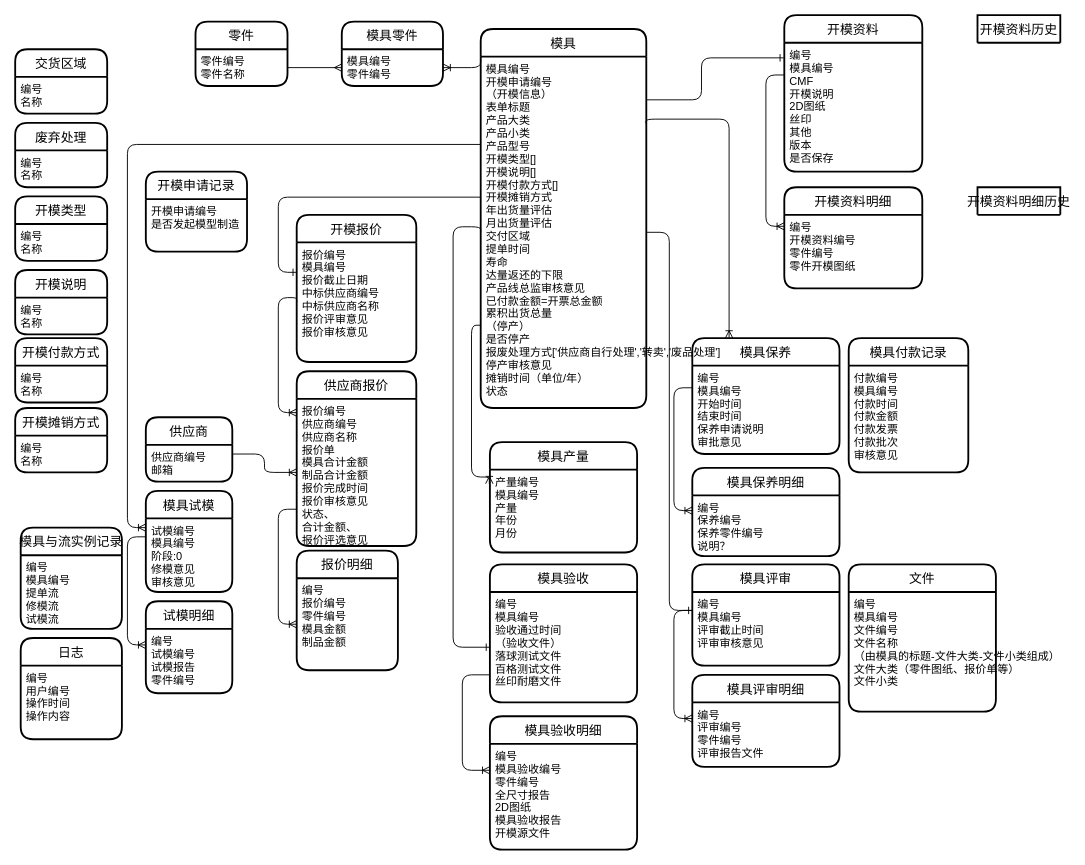
This is page "实体关系图" (1 of 4) of MMS/MMS.drawio from waterwatermelon/graph, a draw.io file, before an edit. Source tidied: cells renumbered, new cells numbered last; positions are measured from the earlier drawing's top-left corner, leaving out a move shared by most shapes. Both pictures are drawn from the tidied source at 92%, with x=0, y=0 at pixel (15, 15).
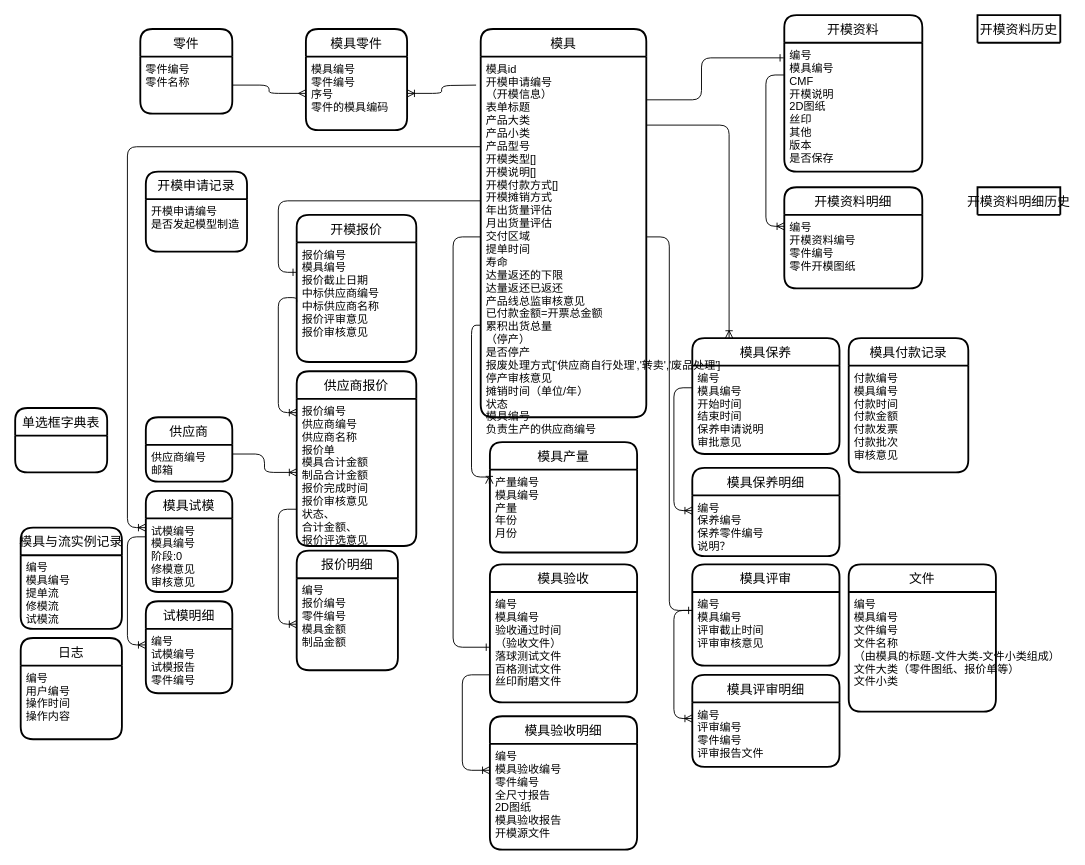
The same diagram, later.

The change refers to these unchanged cells:
```xml
<mxCell id="35" value="模具保养" style="swimlane;horizontal=1;startSize=30;rounded=1;fontSize=14;fontStyle=0;strokeWidth=2;shadow=0;dashed=0;align=center;" parent="1" vertex="1">
  <mxGeometry x="736" y="351" width="160" height="126" as="geometry" />
</mxCell>
<mxCell id="68" value="编号&#10;模具编号&#10;验收通过时间&#10;（验收文件）&#10;落球测试文件&#10;百格测试文件&#10;丝印耐磨文件&#10;" style="align=left;strokeColor=none;fillColor=none;spacingLeft=4;fontSize=12;verticalAlign=top;" parent="67" vertex="1">
  <mxGeometry y="30" width="160" height="120" as="geometry" />
</mxCell>
```

What changed in the source:
```diff
@@
     <mxCell id="7" style="edgeStyle=orthogonalEdgeStyle;rounded=1;jettySize=auto;html=1;exitX=0.998;exitY=0.19;exitDx=0;exitDy=0;startArrow=none;startFill=0;endArrow=ERoneToMany;endFill=0;strokeColor=#000000;exitPerimeter=0;entryX=0.25;entryY=0;entryDx=0;entryDy=0;" parent="1" edge="1" source="44" target="35">
       <mxGeometry relative="1" as="geometry">
         <Array as="points">
-          <mxPoint x="776" y="113" />
+          <mxPoint x="776" y="120" />
         </Array>
       </mxGeometry>
     </mxCell>
@@
     <mxCell id="10" style="edgeStyle=orthogonalEdgeStyle;rounded=1;jettySize=auto;html=1;exitX=0;exitY=0.5;exitDx=0;exitDy=0;entryX=0;entryY=0.5;entryDx=0;entryDy=0;startArrow=none;startFill=0;endArrow=ERone;endFill=0;strokeColor=#000000;fontColor=#BBBBBB;" parent="1" edge="1" source="44" target="68">
       <mxGeometry relative="1" as="geometry">
         <Array as="points">
-          <mxPoint x="476" y="230" />
+          <mxPoint x="476" y="241" />
           <mxPoint x="476" y="687" />
         </Array>
       </mxGeometry>
     </mxCell>
@@
+    <mxCell id="16" value="模具付款记录" style="swimlane;horizontal=1;startSize=30;rounded=1;fontSize=14;fontStyle=0;strokeWidth=2;shadow=0;dashed=0;align=center;" parent="1" vertex="1">
+      <mxGeometry x="906" y="351" width="130" height="146" as="geometry" />
+    </mxCell>
+    <mxCell id="17" value="付款编号&#10;模具编号&#10;付款时间&#10;付款金额&#10;付款发票&#10;付款批次&#10;审核意见" style="align=left;strokeColor=none;fillColor=none;spacingLeft=4;fontSize=12;verticalAlign=top;" parent="16" vertex="1">
+      <mxGeometry y="30" width="130" height="116" as="geometry" />
+    </mxCell>
     <mxCell id="14" value="零件" style="swimlane;horizontal=1;startSize=30;rounded=1;fontSize=14;fontStyle=0;strokeWidth=2;shadow=0;dashed=0;align=center;" parent="1" vertex="1">
-      <mxGeometry x="196" y="7" width="100" height="70" as="geometry" />
+      <mxGeometry x="136" y="15" width="100" height="92" as="geometry" />
     </mxCell>
-    <mxCell id="15" value="零件编号&#10;零件名称" style="align=left;strokeColor=none;fillColor=none;spacingLeft=4;fontSize=12;verticalAlign=top;" parent="14" vertex="1">
-      <mxGeometry y="30" width="100" height="40" as="geometry" />
+    <mxCell id="15" value="零件编号&#10;零件名称&#10;" style="align=left;strokeColor=none;fillColor=none;spacingLeft=4;fontSize=12;verticalAlign=top;" parent="14" vertex="1">
+      <mxGeometry y="30" width="100" height="62" as="geometry" />
     </mxCell>
-    <mxCell id="16" value="模具付款记录" style="swimlane;horizontal=1;startSize=30;rounded=1;fontSize=14;fontStyle=0;strokeWidth=2;shadow=0;dashed=0;align=center;" parent="1" vertex="1">
-      <mxGeometry x="906" y="351" width="130" height="146" as="geometry" />
-    </mxCell>
-    <mxCell id="17" value="付款编号&#10;模具编号&#10;付款时间&#10;付款金额&#10;付款发票&#10;付款批次&#10;审核意见" style="align=left;strokeColor=none;fillColor=none;spacingLeft=4;fontSize=12;verticalAlign=top;" parent="16" vertex="1">
-      <mxGeometry y="30" width="130" height="116" as="geometry" />
-    </mxCell>
-    <mxCell id="18" value="开模付款方式" style="swimlane;horizontal=1;startSize=30;rounded=1;fontSize=14;fontStyle=0;strokeWidth=2;shadow=0;dashed=0;align=center;" parent="1" vertex="1">
-      <mxGeometry y="351" width="100" height="70" as="geometry" />
-    </mxCell>
-    <mxCell id="19" value="编号&#10;名称" style="align=left;strokeColor=none;fillColor=none;spacingLeft=4;fontSize=12;verticalAlign=top;" parent="18" vertex="1">
-      <mxGeometry y="30" width="100" height="40" as="geometry" />
-    </mxCell>
-    <mxCell id="20" value="开模说明" style="swimlane;horizontal=1;startSize=30;rounded=1;fontSize=14;fontStyle=0;strokeWidth=2;shadow=0;dashed=0;align=center;" parent="1" vertex="1">
-      <mxGeometry y="277" width="100" height="70" as="geometry" />
-    </mxCell>
-    <mxCell id="21" value="编号&#10;名称" style="align=left;strokeColor=none;fillColor=none;spacingLeft=4;fontSize=12;verticalAlign=top;" parent="20" vertex="1">
-      <mxGeometry y="30" width="100" height="40" as="geometry" />
-    </mxCell>
-    <mxCell id="22" value="开模类型" style="swimlane;horizontal=1;startSize=30;rounded=1;fontSize=14;fontStyle=0;strokeWidth=2;shadow=0;dashed=0;align=center;" parent="1" vertex="1">
-      <mxGeometry y="197" width="100" height="70" as="geometry" />
-    </mxCell>
-    <mxCell id="23" value="编号&#10;名称" style="align=left;strokeColor=none;fillColor=none;spacingLeft=4;fontSize=12;verticalAlign=top;" parent="22" vertex="1">
-      <mxGeometry y="30" width="100" height="40" as="geometry" />
-    </mxCell>
-    <mxCell id="24" value="废弃处理" style="swimlane;horizontal=1;startSize=30;rounded=1;fontSize=14;fontStyle=0;strokeWidth=2;shadow=0;dashed=0;align=center;" parent="1" vertex="1">
-      <mxGeometry y="117" width="100" height="70" as="geometry" />
-    </mxCell>
-    <mxCell id="25" value="编号&#10;名称" style="align=left;strokeColor=none;fillColor=none;spacingLeft=4;fontSize=12;verticalAlign=top;" parent="24" vertex="1">
-      <mxGeometry y="30" width="100" height="40" as="geometry" />
-    </mxCell>
-    <mxCell id="26" value="交货区域" style="swimlane;horizontal=1;startSize=30;rounded=1;fontSize=14;fontStyle=0;strokeWidth=2;shadow=0;dashed=0;align=center;" parent="1" vertex="1">
-      <mxGeometry y="37" width="100" height="70" as="geometry" />
-    </mxCell>
-    <mxCell id="27" value="编号&#10;名称" style="align=left;strokeColor=none;fillColor=none;spacingLeft=4;fontSize=12;verticalAlign=top;" parent="26" vertex="1">
-      <mxGeometry y="30" width="100" height="40" as="geometry" />
-    </mxCell>
+    <mxCell id="40" value="模具零件" style="swimlane;horizontal=1;startSize=30;rounded=1;fontSize=14;fontStyle=0;strokeWidth=2;shadow=0;dashed=0;align=center;" parent="1" vertex="1">
+      <mxGeometry x="316" y="15" width="110" height="110" as="geometry" />
+    </mxCell>
+    <mxCell id="41" value="模具编号&#10;零件编号&#10;序号&#10;零件的模具编码" style="align=left;strokeColor=none;fillColor=none;spacingLeft=4;fontSize=12;verticalAlign=top;" parent="40" vertex="1">
+      <mxGeometry y="30" width="110" height="80" as="geometry" />
+    </mxCell>
@@
-    <mxCell id="40" value="模具零件" style="swimlane;horizontal=1;startSize=30;rounded=1;fontSize=14;fontStyle=0;strokeWidth=2;shadow=0;dashed=0;align=center;" parent="1" vertex="1">
-      <mxGeometry x="355" y="7" width="110" height="70" as="geometry" />
-    </mxCell>
-    <mxCell id="41" value="模具编号&#10;零件编号&#10;" style="align=left;strokeColor=none;fillColor=none;spacingLeft=4;fontSize=12;verticalAlign=top;" parent="40" vertex="1">
-      <mxGeometry y="30" width="110" height="40" as="geometry" />
-    </mxCell>
-    <mxCell id="42" style="edgeStyle=orthogonalEdgeStyle;rounded=1;jettySize=auto;html=1;exitX=0;exitY=0;exitDx=0;exitDy=0;startArrow=none;startFill=0;endArrow=ERoneToMany;endFill=0;strokeColor=#000000;fontColor=#BBBBBB;" parent="1" edge="1" source="44" target="41">
+    <mxCell id="42" style="edgeStyle=orthogonalEdgeStyle;rounded=1;jettySize=auto;html=1;startArrow=none;startFill=0;endArrow=ERoneToMany;endFill=0;strokeColor=#000000;fontColor=#BBBBBB;" parent="1" edge="1" target="41">
       <mxGeometry relative="1" as="geometry">
-        <Array as="points">
-          <mxPoint x="506" y="57" />
-        </Array>
+        <mxPoint x="501" y="76" as="sourcePoint" />
       </mxGeometry>
     </mxCell>
     <mxCell id="43" value="模具" style="swimlane;horizontal=1;startSize=30;rounded=1;fontSize=14;fontStyle=0;strokeWidth=2;shadow=0;dashed=0;align=center;" parent="1" vertex="1">
-      <mxGeometry x="506" y="15" width="180" height="412" as="geometry" />
+      <mxGeometry x="506" y="15" width="180" height="422" as="geometry" />
     </mxCell>
-    <mxCell id="44" value="模具编号&#10;开模申请编号&#10;（开模信息）&#10;表单标题&#10;产品大类&#10;产品小类&#10;产品型号&#10;开模类型[]&#10;开模说明[]&#10;开模付款方式[]&#10;开模摊销方式&#10;年出货量评估&#10;月出货量评估&#10;交付区域&#10;提单时间&#10;寿命&#10;达量返还的下限&#10;产品线总监审核意见&#10;已付款金额=开票总金额&#10;累积出货总量&#10;（停产）&#10;是否停产&#10;报废处理方式['供应商自行处理','转卖','废品处理']&#10;停产审核意见&#10;摊销时间（单位/年）&#10;状态" style="align=left;strokeColor=none;fillColor=none;spacingLeft=4;fontSize=12;verticalAlign=top;" parent="43" vertex="1">
-      <mxGeometry y="30" width="180" height="382" as="geometry" />
+    <mxCell id="44" value="模具id&#10;开模申请编号&#10;（开模信息）&#10;表单标题&#10;产品大类&#10;产品小类&#10;产品型号&#10;开模类型[]&#10;开模说明[]&#10;开模付款方式[]&#10;开模摊销方式&#10;年出货量评估&#10;月出货量评估&#10;交付区域&#10;提单时间&#10;寿命&#10;达量返还的下限&#10;达量返还已返还&#10;产品线总监审核意见&#10;已付款金额=开票总金额&#10;累积出货总量&#10;（停产）&#10;是否停产&#10;报废处理方式['供应商自行处理','转卖','废品处理']&#10;停产审核意见&#10;摊销时间（单位/年）&#10;状态&#10;模具编号&#10;负责生产的供应商编号" style="align=left;strokeColor=none;fillColor=none;spacingLeft=4;fontSize=12;verticalAlign=top;" parent="43" vertex="1">
+      <mxGeometry y="30" width="180" height="392" as="geometry" />
     </mxCell>
@@
-    <mxCell id="63" value="开模摊销方式" style="swimlane;horizontal=1;startSize=30;rounded=1;fontSize=14;fontStyle=0;strokeWidth=2;shadow=0;dashed=0;align=center;" parent="1" vertex="1">
+    <mxCell id="63" value="单选框字典表" style="swimlane;horizontal=1;startSize=30;rounded=1;fontSize=14;fontStyle=0;strokeWidth=2;shadow=0;dashed=0;align=center;" parent="1" vertex="1">
       <mxGeometry y="427" width="100" height="70" as="geometry" />
     </mxCell>
-    <mxCell id="64" value="编号&#10;名称" style="align=left;strokeColor=none;fillColor=none;spacingLeft=4;fontSize=12;verticalAlign=top;" parent="63" vertex="1">
-      <mxGeometry y="30" width="100" height="40" as="geometry" />
-    </mxCell>
```
